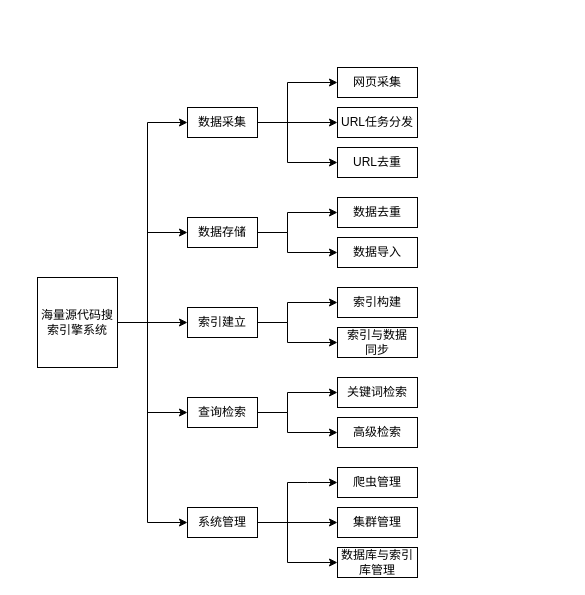
Earlier version of the draw.io diagram setup/系统功能模块图.drawio (yifeichong/drawio). Source tidied: cells renumbered, new cells numbered last; positions are measured from the earlier drawing's top-left corner, leaving out a move shared by most shapes. Both pictures are drawn from the tidied source at 100%, with x=0, y=0 at pixel (37, 67).
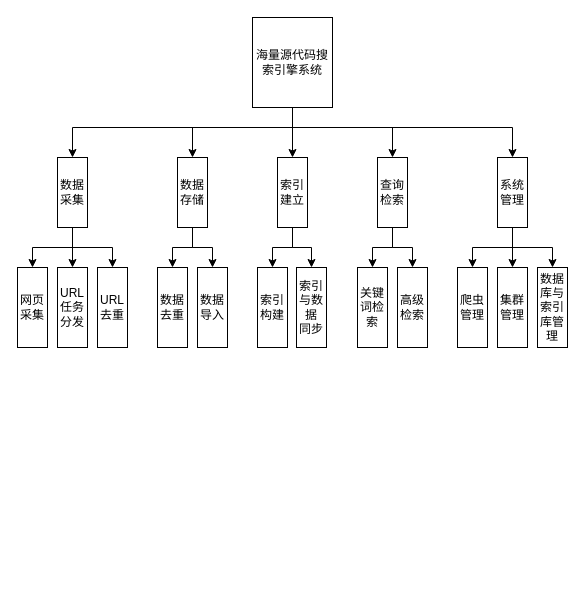
The same page after the edit.

Commit message (it also covers changes not shown here):
更新系统功能模块图.drawio

What changed in the source:
```diff
@@
-    <mxCell id="3" value="海量源代码搜索引擎系统" style="rounded=0;whiteSpace=wrap;html=1;" parent="1" vertex="1">
-      <mxGeometry y="210" width="80" height="90" as="geometry" />
+    <mxCell id="3" value="海量源代码搜索引擎系统" style="rounded=0;whiteSpace=wrap;html=1;direction=east;" parent="1" vertex="1">
+      <mxGeometry x="215" y="-50" width="80" height="90" as="geometry" />
     </mxCell>
-    <mxCell id="4" style="edgeStyle=orthogonalEdgeStyle;rounded=0;jettySize=auto;html=1;" parent="1" edge="1" source="5" target="12">
-      <mxGeometry relative="1" as="geometry" />
-    </mxCell>
-    <mxCell id="5" value="数据采集" style="rounded=0;whiteSpace=wrap;html=1;" parent="1" vertex="1">
-      <mxGeometry x="150" y="40" width="70" height="30" as="geometry" />
+    <mxCell id="5" value="数据采集" style="rounded=0;whiteSpace=wrap;html=1;direction=south;" parent="1" vertex="1">
+      <mxGeometry x="20" y="90" width="30" height="70" as="geometry" />
     </mxCell>
     <mxCell id="6" style="edgeStyle=orthogonalEdgeStyle;rounded=0;jettySize=auto;html=1;" parent="1" edge="1" source="7" target="15">
-      <mxGeometry relative="1" as="geometry">
-        <Array as="points">
-          <mxPoint x="250" y="165" />
-          <mxPoint x="250" y="185" />
-        </Array>
-      </mxGeometry>
+      <mxGeometry relative="1" as="geometry" />
     </mxCell>
-    <mxCell id="7" value="数据存储" style="rounded=0;whiteSpace=wrap;html=1;" parent="1" vertex="1">
-      <mxGeometry x="150" y="150" width="70" height="30" as="geometry" />
+    <mxCell id="7" value="数据存储" style="rounded=0;whiteSpace=wrap;html=1;direction=south;" parent="1" vertex="1">
+      <mxGeometry x="140" y="90" width="30" height="70" as="geometry" />
     </mxCell>
     <mxCell id="8" style="edgeStyle=orthogonalEdgeStyle;rounded=0;jettySize=auto;html=1;" parent="1" edge="1" source="9" target="17">
-      <mxGeometry relative="1" as="geometry">
-        <Array as="points">
-          <mxPoint x="250" y="255" />
-          <mxPoint x="250" y="275" />
-        </Array>
-      </mxGeometry>
+      <mxGeometry relative="1" as="geometry" />
     </mxCell>
-    <mxCell id="9" value="索引建立" style="rounded=0;whiteSpace=wrap;html=1;" parent="1" vertex="1">
-      <mxGeometry x="150" y="240" width="70" height="30" as="geometry" />
+    <mxCell id="9" value="索引建立" style="rounded=0;whiteSpace=wrap;html=1;direction=south;" parent="1" vertex="1">
+      <mxGeometry x="240" y="90" width="30" height="70" as="geometry" />
     </mxCell>
-    <mxCell id="10" value="系统管理" style="rounded=0;whiteSpace=wrap;html=1;" parent="1" vertex="1">
-      <mxGeometry x="150" y="440" width="70" height="30" as="geometry" />
+    <mxCell id="10" value="系统管理" style="rounded=0;whiteSpace=wrap;html=1;direction=south;" parent="1" vertex="1">
+      <mxGeometry x="460" y="90" width="30" height="70" as="geometry" />
     </mxCell>
-    <mxCell id="11" value="网页采集" style="rounded=0;whiteSpace=wrap;html=1;" parent="1" vertex="1">
-      <mxGeometry x="300" width="80" height="30" as="geometry" />
+    <mxCell id="11" value="网页采集" style="rounded=0;whiteSpace=wrap;html=1;direction=south;" parent="1" vertex="1">
+      <mxGeometry x="-20" y="200" width="30" height="80" as="geometry" />
     </mxCell>
-    <mxCell id="12" value="URL任务分发" style="rounded=0;whiteSpace=wrap;html=1;" parent="1" vertex="1">
-      <mxGeometry x="300" y="40" width="80" height="30" as="geometry" />
+    <mxCell id="12" value="URL任务分发" style="rounded=0;whiteSpace=wrap;html=1;direction=south;" parent="1" vertex="1">
+      <mxGeometry x="20" y="200" width="30" height="80" as="geometry" />
     </mxCell>
-    <mxCell id="13" value="URL去重" style="rounded=0;whiteSpace=wrap;html=1;" parent="1" vertex="1">
-      <mxGeometry x="300" y="80" width="80" height="30" as="geometry" />
+    <mxCell id="13" value="URL去重" style="rounded=0;whiteSpace=wrap;html=1;direction=south;" parent="1" vertex="1">
+      <mxGeometry x="60" y="200" width="30" height="80" as="geometry" />
     </mxCell>
-    <mxCell id="14" value="数据去重" style="rounded=0;whiteSpace=wrap;html=1;" parent="1" vertex="1">
-      <mxGeometry x="300" y="130" width="80" height="30" as="geometry" />
+    <mxCell id="14" value="数据去重" style="rounded=0;whiteSpace=wrap;html=1;direction=south;" parent="1" vertex="1">
+      <mxGeometry x="120" y="200" width="30" height="80" as="geometry" />
     </mxCell>
-    <mxCell id="15" value="数据导入" style="rounded=0;whiteSpace=wrap;html=1;" parent="1" vertex="1">
-      <mxGeometry x="300" y="170" width="80" height="30" as="geometry" />
+    <mxCell id="15" value="数据导入" style="rounded=0;whiteSpace=wrap;html=1;direction=south;" parent="1" vertex="1">
+      <mxGeometry x="160" y="200" width="30" height="80" as="geometry" />
     </mxCell>
-    <mxCell id="16" value="索引构建" style="rounded=0;whiteSpace=wrap;html=1;" parent="1" vertex="1">
-      <mxGeometry x="300" y="220" width="80" height="30" as="geometry" />
+    <mxCell id="16" value="索引构建" style="rounded=0;whiteSpace=wrap;html=1;direction=south;" parent="1" vertex="1">
+      <mxGeometry x="220" y="200" width="30" height="80" as="geometry" />
     </mxCell>
-    <mxCell id="17" value="索引与数据&lt;br&gt;同步" style="rounded=0;whiteSpace=wrap;html=1;" parent="1" vertex="1">
-      <mxGeometry x="300" y="260" width="80" height="30" as="geometry" />
+    <mxCell id="17" value="索引与数据&lt;br&gt;同步" style="rounded=0;whiteSpace=wrap;html=1;direction=south;" parent="1" vertex="1">
+      <mxGeometry x="259" y="200" width="30" height="80" as="geometry" />
     </mxCell>
-    <mxCell id="18" value="爬虫管理" style="rounded=0;whiteSpace=wrap;html=1;" parent="1" vertex="1">
-      <mxGeometry x="300" y="400" width="80" height="30" as="geometry" />
+    <mxCell id="18" value="爬虫管理" style="rounded=0;whiteSpace=wrap;html=1;direction=south;" parent="1" vertex="1">
+      <mxGeometry x="420" y="200" width="30" height="80" as="geometry" />
     </mxCell>
-    <mxCell id="19" value="集群管理" style="rounded=0;whiteSpace=wrap;html=1;" parent="1" vertex="1">
-      <mxGeometry x="300" y="440" width="80" height="30" as="geometry" />
+    <mxCell id="19" value="集群管理" style="rounded=0;whiteSpace=wrap;html=1;direction=south;" parent="1" vertex="1">
+      <mxGeometry x="460" y="200" width="30" height="80" as="geometry" />
     </mxCell>
-    <mxCell id="20" value="数据库与索引库管理" style="rounded=0;whiteSpace=wrap;html=1;" parent="1" vertex="1">
-      <mxGeometry x="300" y="480" width="80" height="30" as="geometry" />
+    <mxCell id="20" value="数据库与索引库管理" style="rounded=0;whiteSpace=wrap;html=1;direction=south;" parent="1" vertex="1">
+      <mxGeometry x="500" y="200" width="30" height="80" as="geometry" />
     </mxCell>
-    <mxCell id="21" style="endArrow=classic;html=1;rounded=0;exitX=1;exitY=0.5;exitDx=0;exitDy=0;entryX=0;entryY=0.5;entryDx=0;entryDy=0;" parent="1" edge="1" source="5" target="13">
-      <mxGeometry relative="1" as="geometry">
-        <Array as="points">
-          <mxPoint x="250" y="55" />
-          <mxPoint x="250" y="95" />
-        </Array>
-      </mxGeometry>
-    </mxCell>
-    <mxCell id="22" style="endArrow=classic;html=1;rounded=0;exitX=1;exitY=0.5;exitDx=0;exitDy=0;entryX=0;entryY=0.5;entryDx=0;entryDy=0;" parent="1" edge="1" source="5" target="11">
-      <mxGeometry relative="1" as="geometry">
-        <Array as="points">
-          <mxPoint x="250" y="55" />
-          <mxPoint x="250" y="15" />
-        </Array>
-      </mxGeometry>
-    </mxCell>
-    <mxCell id="23" style="endArrow=classic;html=1;rounded=0;exitX=1;exitY=0.5;exitDx=0;exitDy=0;entryX=0;entryY=0.5;entryDx=0;entryDy=0;" parent="1" edge="1" source="7" target="14">
-      <mxGeometry relative="1" as="geometry">
-        <Array as="points">
-          <mxPoint x="250" y="165" />
-          <mxPoint x="250" y="145" />
-        </Array>
-      </mxGeometry>
-    </mxCell>
-    <mxCell id="24" style="endArrow=classic;html=1;rounded=0;exitX=1;exitY=0.5;exitDx=0;exitDy=0;entryX=0;entryY=0.5;entryDx=0;entryDy=0;" parent="1" edge="1" source="9" target="16">
-      <mxGeometry relative="1" as="geometry">
-        <Array as="points">
-          <mxPoint x="250" y="255" />
-          <mxPoint x="250" y="235" />
-        </Array>
-      </mxGeometry>
-    </mxCell>
-    <mxCell id="25" style="edgeStyle=orthogonalEdgeStyle;rounded=0;jettySize=auto;html=1;" parent="1" edge="1" source="26" target="28">
-      <mxGeometry relative="1" as="geometry">
-        <Array as="points">
-          <mxPoint x="250" y="345" />
-          <mxPoint x="250" y="365" />
-        </Array>
-      </mxGeometry>
-    </mxCell>
-    <mxCell id="26" value="查询检索" style="rounded=0;whiteSpace=wrap;html=1;" parent="1" vertex="1">
-      <mxGeometry x="150" y="330" width="70" height="30" as="geometry" />
+    <mxCell id="26" value="查询检索" style="rounded=0;whiteSpace=wrap;html=1;direction=south;" parent="1" vertex="1">
+      <mxGeometry x="340" y="90" width="30" height="70" as="geometry" />
     </mxCell>
-    <mxCell id="27" value="关键词检索" style="rounded=0;whiteSpace=wrap;html=1;" parent="1" vertex="1">
-      <mxGeometry x="300" y="310" width="80" height="30" as="geometry" />
+    <mxCell id="27" value="关键词检索" style="rounded=0;whiteSpace=wrap;html=1;direction=south;" parent="1" vertex="1">
+      <mxGeometry x="320" y="200" width="30" height="80" as="geometry" />
     </mxCell>
-    <mxCell id="28" value="高级检索" style="rounded=0;whiteSpace=wrap;html=1;" parent="1" vertex="1">
-      <mxGeometry x="300" y="350" width="80" height="30" as="geometry" />
+    <mxCell id="28" value="高级检索" style="rounded=0;whiteSpace=wrap;html=1;direction=south;" parent="1" vertex="1">
+      <mxGeometry x="360" y="200" width="30" height="80" as="geometry" />
     </mxCell>
+    <mxCell id="4" style="endArrow=classic;html=1;rounded=0;exitX=1;exitY=0.5;exitDx=0;exitDy=0;entryX=0;entryY=0.5;entryDx=0;entryDy=0;" parent="1" edge="1" source="5" target="12">
+      <mxGeometry relative="1" as="geometry" />
+    </mxCell>
+    <mxCell id="22" style="endArrow=classic;html=1;rounded=0;exitX=1;exitY=0.5;exitDx=0;exitDy=0;entryX=0;entryY=0.5;entryDx=0;entryDy=0;" parent="1" edge="1" source="5" target="11">
+      <mxGeometry relative="1" as="geometry">
+        <Array as="points">
+          <mxPoint x="35" y="180" />
+          <mxPoint x="-5" y="180" />
+        </Array>
+      </mxGeometry>
+    </mxCell>
+    <mxCell id="21" style="endArrow=classic;html=1;rounded=0;exitX=1;exitY=0.5;exitDx=0;exitDy=0;entryX=0;entryY=0.5;entryDx=0;entryDy=0;" parent="1" edge="1" source="5" target="13">
+      <mxGeometry relative="1" as="geometry">
+        <Array as="points">
+          <mxPoint x="35" y="180" />
+          <mxPoint x="75" y="180" />
+        </Array>
+      </mxGeometry>
+    </mxCell>
+    <mxCell id="23" style="endArrow=classic;html=1;rounded=0;exitX=1;exitY=0.5;exitDx=0;exitDy=0;entryX=0;entryY=0.5;entryDx=0;entryDy=0;" parent="1" edge="1" source="7" target="14">
+      <mxGeometry relative="1" as="geometry">
+        <Array as="points">
+          <mxPoint x="155" y="180" />
+          <mxPoint x="135" y="180" />
+        </Array>
+      </mxGeometry>
+    </mxCell>
+    <mxCell id="24" style="endArrow=classic;html=1;rounded=0;exitX=1;exitY=0.5;exitDx=0;exitDy=0;entryX=0;entryY=0.5;entryDx=0;entryDy=0;" parent="1" edge="1" source="9" target="16">
+      <mxGeometry relative="1" as="geometry">
+        <Array as="points">
+          <mxPoint x="255" y="180" />
+          <mxPoint x="235" y="180" />
+        </Array>
+      </mxGeometry>
+    </mxCell>
     <mxCell id="29" style="endArrow=classic;html=1;rounded=0;exitX=1;exitY=0.5;exitDx=0;exitDy=0;entryX=0;entryY=0.5;entryDx=0;entryDy=0;" parent="1" edge="1" source="26" target="27">
       <mxGeometry relative="1" as="geometry">
         <Array as="points">
-          <mxPoint x="250" y="345" />
-          <mxPoint x="250" y="325" />
+          <mxPoint x="355" y="180" />
+          <mxPoint x="335" y="180" />
         </Array>
       </mxGeometry>
     </mxCell>
+    <mxCell id="25" style="endArrow=classic;html=1;rounded=0;exitX=1;exitY=0.5;exitDx=0;exitDy=0;entryX=0;entryY=0.5;entryDx=0;entryDy=0;" parent="1" edge="1" source="26" target="28">
+      <mxGeometry relative="1" as="geometry">
+        <Array as="points">
+          <mxPoint x="355" y="180" />
+          <mxPoint x="375" y="180" />
+        </Array>
+      </mxGeometry>
+    </mxCell>
@@
     <mxCell id="31" style="endArrow=classic;html=1;rounded=0;exitX=1;exitY=0.5;exitDx=0;exitDy=0;entryX=0;entryY=0.5;entryDx=0;entryDy=0;" parent="1" edge="1" source="10" target="18">
       <mxGeometry relative="1" as="geometry">
         <Array as="points">
-          <mxPoint x="250" y="455" />
-          <mxPoint x="250" y="415" />
-          <mxPoint x="270" y="415" />
+          <mxPoint x="475" y="180" />
+          <mxPoint x="435" y="180" />
         </Array>
       </mxGeometry>
     </mxCell>
     <mxCell id="32" style="endArrow=classic;html=1;rounded=0;exitX=1;exitY=0.5;exitDx=0;exitDy=0;entryX=0;entryY=0.5;entryDx=0;entryDy=0;" parent="1" edge="1" source="10" target="20">
       <mxGeometry relative="1" as="geometry">
         <Array as="points">
-          <mxPoint x="250" y="455" />
-          <mxPoint x="250" y="495" />
+          <mxPoint x="475" y="180" />
+          <mxPoint x="515" y="180" />
         </Array>
       </mxGeometry>
     </mxCell>
+    <mxCell id="35" style="endArrow=classic;html=1;rounded=0;exitX=0.5;exitY=1;exitDx=0;exitDy=0;entryX=0;entryY=0.5;entryDx=0;entryDy=0;" parent="1" edge="1" source="3" target="5">
+      <mxGeometry relative="1" as="geometry">
+        <Array as="points">
+          <mxPoint x="255" y="60" />
+          <mxPoint x="35" y="60" />
+        </Array>
+      </mxGeometry>
+    </mxCell>
+    <mxCell id="34" style="endArrow=classic;html=1;rounded=0;exitX=0.5;exitY=1;exitDx=0;exitDy=0;entryX=0;entryY=0.5;entryDx=0;entryDy=0;" parent="1" edge="1" source="3" target="7">
+      <mxGeometry relative="1" as="geometry">
+        <Array as="points">
+          <mxPoint x="255" y="60" />
+          <mxPoint x="155" y="60" />
+        </Array>
+      </mxGeometry>
+    </mxCell>
-    <mxCell id="33" style="endArrow=classic;html=1;rounded=0;exitX=1;exitY=0.5;exitDx=0;exitDy=0;entryX=0;entryY=0.5;entryDx=0;entryDy=0;" parent="1" edge="1" source="3" target="26">
+    <mxCell id="33" style="endArrow=classic;html=1;rounded=0;exitX=0.5;exitY=1;exitDx=0;exitDy=0;entryX=0;entryY=0.5;entryDx=0;entryDy=0;" parent="1" edge="1" source="3" target="26">
       <mxGeometry relative="1" as="geometry">
         <Array as="points">
-          <mxPoint x="110" y="255" />
-          <mxPoint x="110" y="345" />
+          <mxPoint x="255" y="60" />
+          <mxPoint x="355" y="60" />
         </Array>
       </mxGeometry>
     </mxCell>
-    <mxCell id="34" style="endArrow=classic;html=1;rounded=0;exitX=1;exitY=0.5;exitDx=0;exitDy=0;entryX=0;entryY=0.5;entryDx=0;entryDy=0;" parent="1" edge="1" source="3" target="7">
-      <mxGeometry relative="1" as="geometry">
-        <Array as="points">
-          <mxPoint x="110" y="255" />
-          <mxPoint x="110" y="165" />
-        </Array>
-      </mxGeometry>
-    </mxCell>
-    <mxCell id="35" style="endArrow=classic;html=1;rounded=0;exitX=1;exitY=0.5;exitDx=0;exitDy=0;entryX=0;entryY=0.5;entryDx=0;entryDy=0;" parent="1" edge="1" source="3" target="5">
-      <mxGeometry relative="1" as="geometry">
-        <Array as="points">
-          <mxPoint x="110" y="255" />
-          <mxPoint x="110" y="55" />
-        </Array>
-      </mxGeometry>
-    </mxCell>
-    <mxCell id="36" style="endArrow=classic;html=1;rounded=0;exitX=1;exitY=0.5;exitDx=0;exitDy=0;entryX=0;entryY=0.5;entryDx=0;entryDy=0;" parent="1" edge="1" source="3" target="10">
+    <mxCell id="36" style="endArrow=classic;html=1;rounded=0;exitX=0.5;exitY=1;exitDx=0;exitDy=0;entryX=0;entryY=0.5;entryDx=0;entryDy=0;" parent="1" edge="1" source="3" target="10">
       <mxGeometry relative="1" as="geometry">
         <Array as="points">
-          <mxPoint x="110" y="255" />
-          <mxPoint x="110" y="455" />
+          <mxPoint x="255" y="60" />
+          <mxPoint x="475" y="60" />
         </Array>
       </mxGeometry>
     </mxCell>
```
